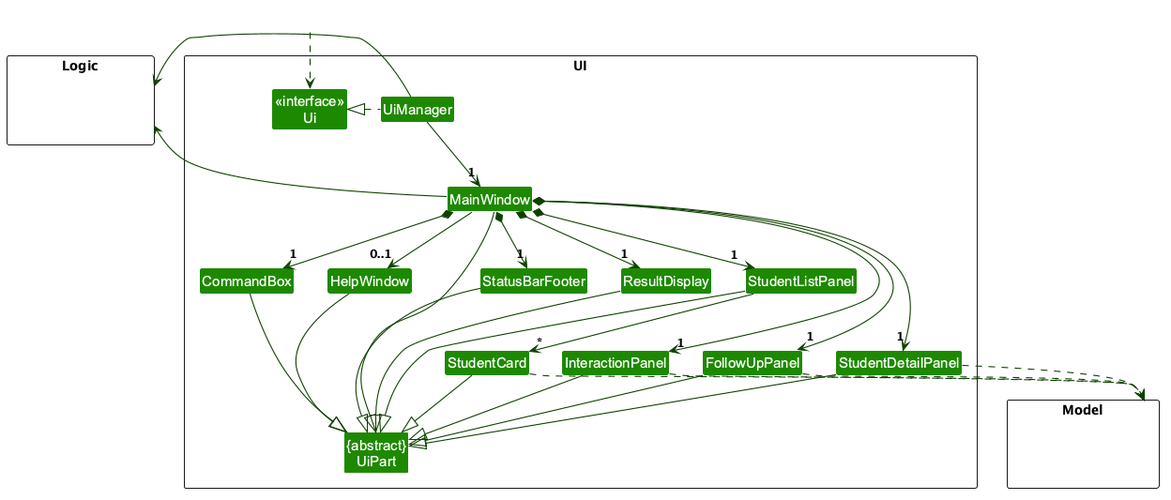
Earlier version of the PlantUML export docs/images/UiClassDiagram.png (AY2627S1-CS2103-F12-2/tp). The source it was exported from:
```plantuml
@startuml
!include style.puml
skinparam arrowThickness 1.1
skinparam arrowColor UI_COLOR_T4
skinparam classBackgroundColor UI_COLOR

package UI <<Rectangle>>{
Class "<<interface>>\nUi" as Ui
Class "{abstract}\nUiPart" as UiPart
Class UiManager
Class MainWindow
Class HelpWindow
Class ResultDisplay
Class StudentListPanel
Class StudentCard
Class StudentDetailPanel
Class InteractionPanel
Class FollowUpPanel
Class StatusBarFooter
Class CommandBox
}

package Model <<Rectangle>> {
Class HiddenModel #FFFFFF
}

package Logic <<Rectangle>> {
Class HiddenLogic #FFFFFF
}

Class HiddenOutside #FFFFFF
HiddenOutside ..> Ui

UiManager .left.|> Ui
UiManager -down-> "1" MainWindow
MainWindow *-down->  "1" CommandBox
MainWindow *-down-> "1" ResultDisplay
MainWindow *-down-> "1" StudentListPanel
MainWindow *-down-> "1" StudentDetailPanel
MainWindow *-down-> "1" InteractionPanel
MainWindow *-down-> "1" FollowUpPanel
MainWindow *-down-> "1" StatusBarFooter
MainWindow --> "0..1" HelpWindow

StudentListPanel -down-> "*" StudentCard

MainWindow -left-|> UiPart

ResultDisplay --|> UiPart
CommandBox --|> UiPart
StudentListPanel --|> UiPart
StudentCard --|> UiPart
StudentDetailPanel --|> UiPart
InteractionPanel --|> UiPart
FollowUpPanel --|> UiPart
StatusBarFooter --|> UiPart
HelpWindow --|> UiPart

StudentCard ..> Model
StudentDetailPanel ..> Model
InteractionPanel ..> Model
FollowUpPanel ..> Model
UiManager -right-> Logic
MainWindow -left-> Logic

StudentListPanel -[hidden]left- HelpWindow
HelpWindow -[hidden]left- CommandBox
CommandBox -[hidden]left- ResultDisplay
ResultDisplay -[hidden]left- StatusBarFooter

MainWindow -[hidden]-|> UiPart
@enduml
```
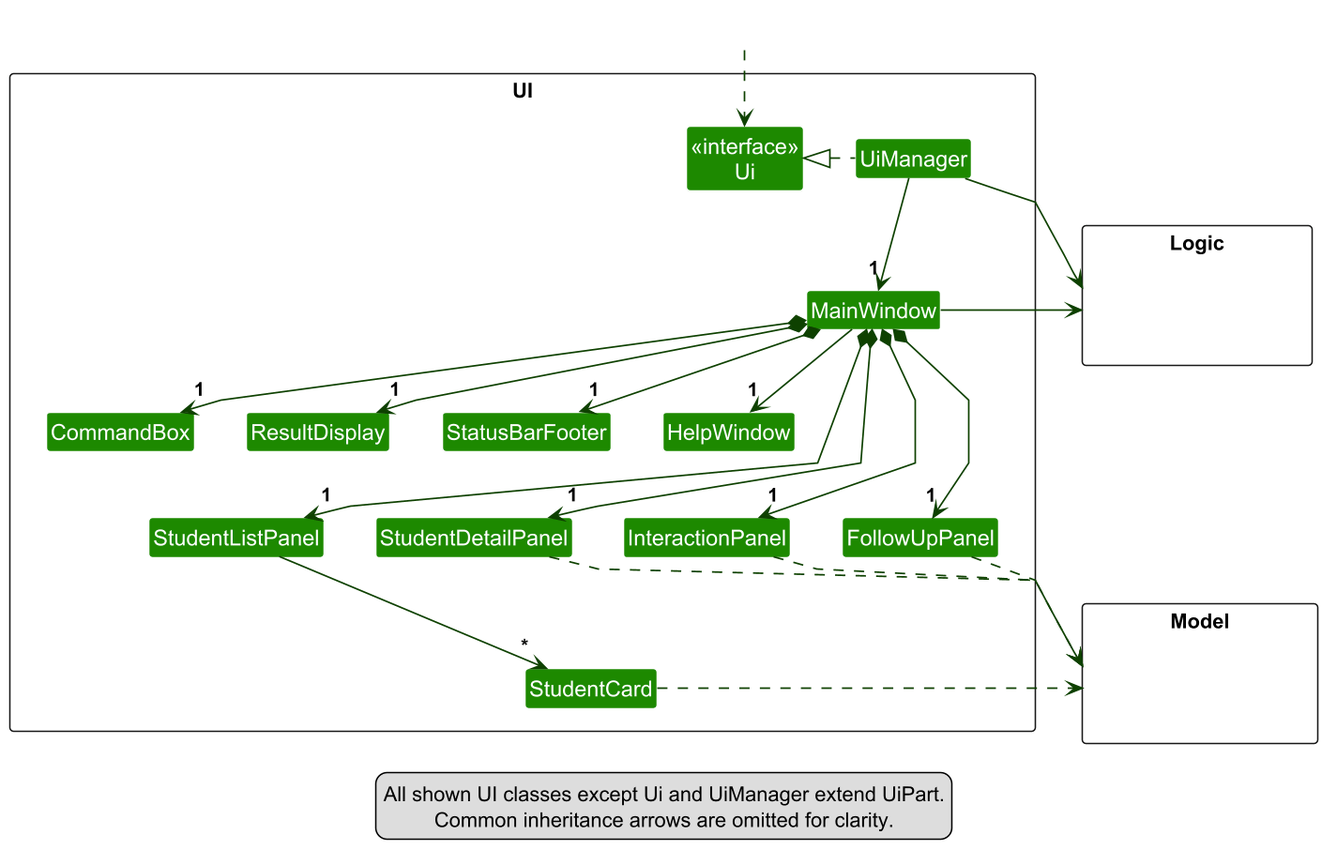
Above is the later version.

Commit message:
Add follow-up diagrams and clarify UI structure

What changed in the source:
```diff
@@ -3,21 +3,28 @@
 skinparam arrowThickness 1.1
 skinparam arrowColor UI_COLOR_T4
 skinparam classBackgroundColor UI_COLOR
+skinparam linetype polyline
+skinparam nodesep 35
+skinparam ranksep 45
+skinparam dpi 150
 
 package UI <<Rectangle>>{
 Class "<<interface>>\nUi" as Ui
-Class "{abstract}\nUiPart" as UiPart
 Class UiManager
 Class MainWindow
+together {
+Class CommandBox
+Class ResultDisplay
+Class StatusBarFooter
 Class HelpWindow
-Class ResultDisplay
+}
+together {
 Class StudentListPanel
-Class StudentCard
 Class StudentDetailPanel
 Class InteractionPanel
 Class FollowUpPanel
-Class StatusBarFooter
-Class CommandBox
+}
+Class StudentCard
 }
 
 package Model <<Rectangle>> {
@@ -40,33 +47,27 @@
 MainWindow *-down-> "1" InteractionPanel
 MainWindow *-down-> "1" FollowUpPanel
 MainWindow *-down-> "1" StatusBarFooter
-MainWindow --> "0..1" HelpWindow
+MainWindow -down-> "1" HelpWindow
 
 StudentListPanel -down-> "*" StudentCard
 
-MainWindow -left-|> UiPart
+StudentCard .right.> Model
+StudentDetailPanel .down.> Model
+InteractionPanel .down.> Model
+FollowUpPanel .down.> Model
+UiManager -right-> Logic
+MainWindow -right-> Logic
 
-ResultDisplay --|> UiPart
-CommandBox --|> UiPart
-StudentListPanel --|> UiPart
-StudentCard --|> UiPart
-StudentDetailPanel --|> UiPart
-InteractionPanel --|> UiPart
-FollowUpPanel --|> UiPart
-StatusBarFooter --|> UiPart
-HelpWindow --|> UiPart
+CommandBox -[hidden]right-> ResultDisplay
+ResultDisplay -[hidden]right-> StatusBarFooter
+StatusBarFooter -[hidden]right-> HelpWindow
+StudentListPanel -[hidden]right-> StudentDetailPanel
+StudentDetailPanel -[hidden]right-> InteractionPanel
+InteractionPanel -[hidden]right-> FollowUpPanel
+CommandBox -[hidden]down-> StudentListPanel
 
-StudentCard ..> Model
-StudentDetailPanel ..> Model
-InteractionPanel ..> Model
-FollowUpPanel ..> Model
-UiManager -right-> Logic
-MainWindow -left-> Logic
-
-StudentListPanel -[hidden]left- HelpWindow
-HelpWindow -[hidden]left- CommandBox
-CommandBox -[hidden]left- ResultDisplay
-ResultDisplay -[hidden]left- StatusBarFooter
-
-MainWindow -[hidden]-|> UiPart
+legend bottom
+    All shown UI classes except Ui and UiManager extend UiPart.
+    Common inheritance arrows are omitted for clarity.
+endlegend
 @enduml
```
